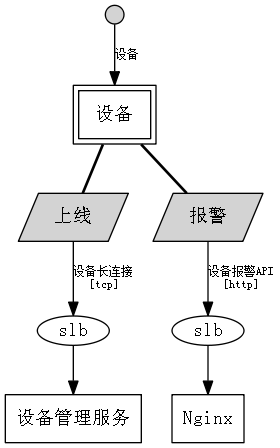
Above: output/endpoint/device.gv.png in xphh/garch (Graphviz), before the change. Its source is kept beside it as output/endpoint/device.gv. Its diagram source:
```dot
digraph G {
edge[fontname="simsun"];
node[fontname="simsun"];
graph[fontname="simsun"];
label = "";
device_node_0[shape=box, peripheries=2, label="设备"];
device_node_1[shape=circle, width=.2, style=filled, label=""];
device_node_1->device_node_0[fontsize=9, label="设备"];
device_node_2[shape=polygon, skew=.5, style=filled, label="上线"];
device_node_0->device_node_2[style=bold, arrowhead=none];
device_node_3[shape=box, label="设备管理服务"];
device_node_4[height=.3, fixedsize=true, label="slb"];
device_node_4->device_node_3;
device_node_2->device_node_4[fontsize=9, label="设备长连接\n[tcp]"];
device_node_5[shape=polygon, skew=.5, style=filled, label="报警"];
device_node_0->device_node_5[style=bold, arrowhead=none];
device_node_6[shape=box, label="Nginx"];
device_node_7[height=.3, fixedsize=true, label="slb"];
device_node_7->device_node_6;
device_node_5->device_node_7[fontsize=9, label="设备报警API\n[http]"];
}
```
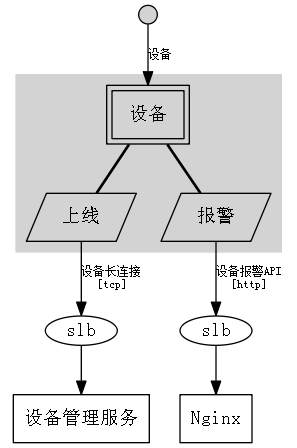
The same diagram one commit later.

Change to the diagram source:
```diff
@@ -3,19 +3,24 @@
 node[fontname="simsun"];
 graph[fontname="simsun"];
 label = "";
+module_node_0[shape=circle, width=.2, style=filled, label=""];
+module_node_0->device_node_0[fontsize=9, label="设备"];
+module_node_1[shape=box, label="设备管理服务"];
+module_node_2[height=.3, fixedsize=true, label="slb"];
+module_node_2->module_node_1;
+device_node_1->module_node_2[fontsize=9, label="设备长连接\n[tcp]"];
+module_node_3[shape=box, label="Nginx"];
+module_node_4[height=.3, fixedsize=true, label="slb"];
+module_node_4->module_node_3;
+device_node_2->module_node_4[fontsize=9, label="设备报警API\n[http]"];
+subgraph cluster_module_node_5 {
+style = filled;
+color = lightgrey;
+label = "";
 device_node_0[shape=box, peripheries=2, label="设备"];
-device_node_1[shape=circle, width=.2, style=filled, label=""];
-device_node_1->device_node_0[fontsize=9, label="设备"];
-device_node_2[shape=polygon, skew=.5, style=filled, label="上线"];
+device_node_1[shape=polygon, skew=.5, label="上线"];
+device_node_0->device_node_1[style=bold, arrowhead=none];
+device_node_2[shape=polygon, skew=.5, label="报警"];
 device_node_0->device_node_2[style=bold, arrowhead=none];
-device_node_3[shape=box, label="设备管理服务"];
-device_node_4[height=.3, fixedsize=true, label="slb"];
-device_node_4->device_node_3;
-device_node_2->device_node_4[fontsize=9, label="设备长连接\n[tcp]"];
-device_node_5[shape=polygon, skew=.5, style=filled, label="报警"];
-device_node_0->device_node_5[style=bold, arrowhead=none];
-device_node_6[shape=box, label="Nginx"];
-device_node_7[height=.3, fixedsize=true, label="slb"];
-device_node_7->device_node_6;
-device_node_5->device_node_7[fontsize=9, label="设备报警API\n[http]"];
 }
+}
```
